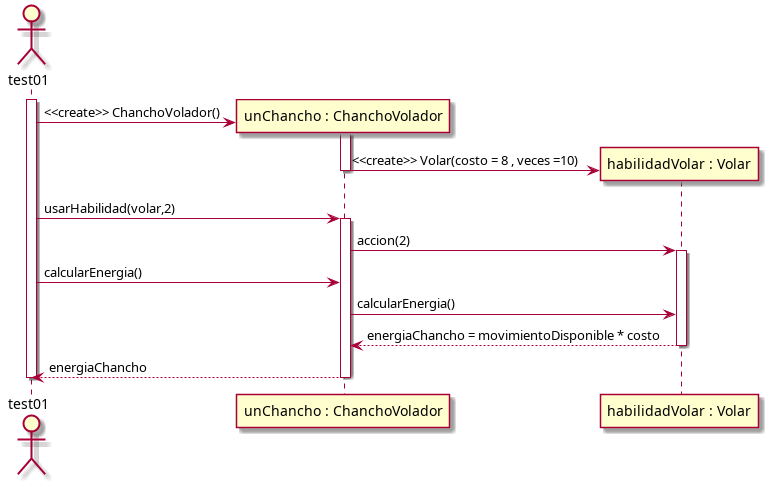
The PlantUML diagram GranjaOrson1C2026/diagrama/casoDeUso1.png in Mortha4/algoritmos3-parciales-Suarez, before a commit. Its source is kept beside it as GranjaOrson1C2026/diagrama/casoDeUso1.puml.
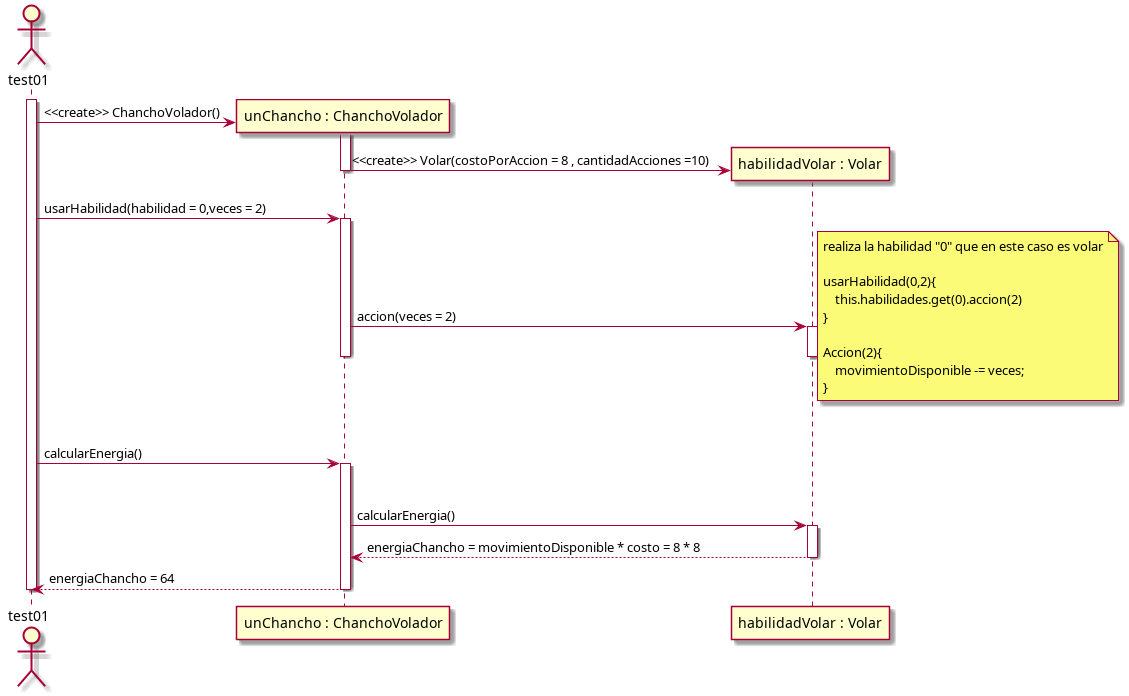
The same diagram one commit later.

The edit, as a diff of the source:
```diff
@@ -9,20 +9,44 @@
 test01 -> chancho1 : <<create>> ChanchoVolador()
 create participant "habilidadVolar : Volar" as volarChancho
 activate chancho1
-chancho1 -> volarChancho : <<create>> Volar(costo = 8 , veces =10)
+chancho1 -> volarChancho : <<create>> Volar(costoPorAccion = 8 , cantidadAcciones =10)
 deactivate chancho1
 
 
 
-test01 -> chancho1 : usarHabilidad(volar,2)
+test01 -> chancho1 : usarHabilidad(habilidad = 0,veces = 2)
 activate chancho1
-chancho1 -> volarChancho: accion(2)
+chancho1 -> volarChancho: accion(veces = 2)
 activate volarChancho
+deactivate chancho1
+deactivate volarChancho
+
+note right
+    realiza la habilidad "0" que en este caso es volar
+
+    usarHabilidad(0,2){
+        this.habilidades.get(0).accion(2)
+    }
+
+    Accion(2){
+        movimientoDisponible -= veces;
+    }
+end note
+
+
+
+
+
 test01 -> chancho1 : calcularEnergia()
+activate chancho1
+deactivate volarChancho
 chancho1 -> volarChancho : calcularEnergia()
-volarChancho --> chancho1 : energiaChancho = movimientoDisponible * costo
+
+
+activate volarChancho
+volarChancho --> chancho1 : energiaChancho = movimientoDisponible * costo = 8 * 8
 deactivate volarChancho
-chancho1 --> test01 : energiaChancho
+chancho1 --> test01 : energiaChancho = 64
 deactivate chancho1
 deactivate test01
 
```
